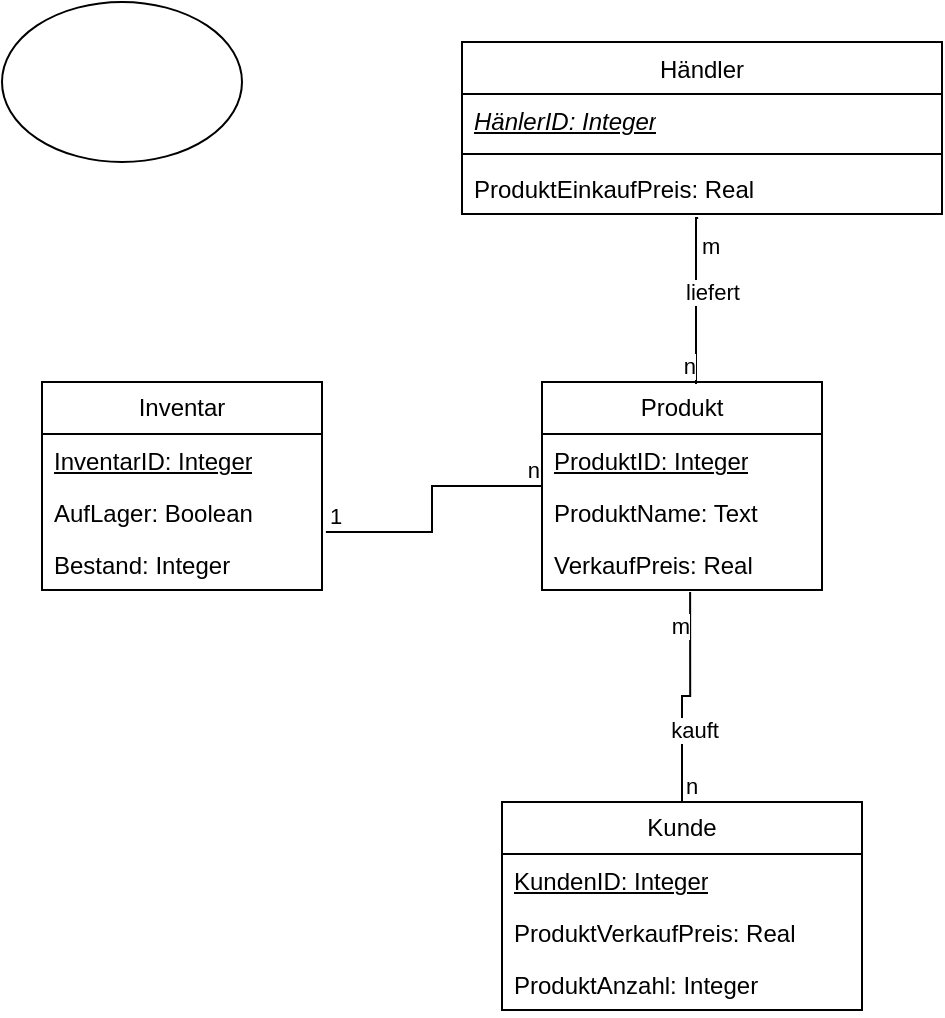
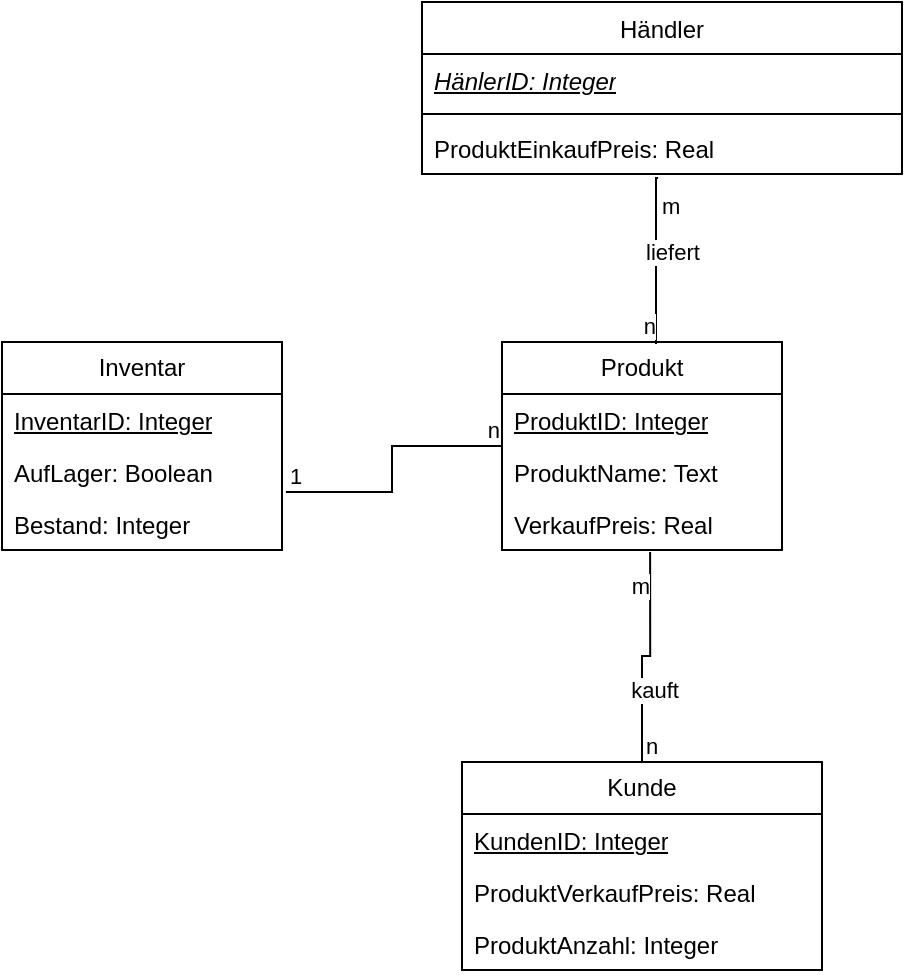
<mxfile host="Electron" agent="Mozilla/5.0 (Windows NT 10.0; Win64; x64) AppleWebKit/537.36 (KHTML, like Gecko) draw.io/23.1.5 Chrome/120.0.6099.109 Electron/28.1.0 Safari/537.36">
  <diagram name="Seite-1" id="zRFhC1JhQhvgA2iYbmPQ">
-     <mxGraphModel dx="678" dy="593" grid="1" gridSize="10" guides="1" tooltips="1" connect="1" arrows="1" fold="1" page="1" pageScale="1" pageWidth="827" pageHeight="1169" math="0" shadow="0">
+     <mxGraphModel dx="678" dy="572" grid="1" gridSize="10" guides="1" tooltips="1" connect="1" arrows="1" fold="1" page="1" pageScale="1" pageWidth="827" pageHeight="1169" math="0" shadow="0">
      <root>
        <mxCell id="0" />
        <mxCell id="1" parent="0" />
        <mxCell id="Is3GVWOtyZzmBliWF83r-1" parent="1" style="swimlane;fontStyle=0;childLayout=stackLayout;horizontal=1;startSize=26;fillColor=none;horizontalStack=0;resizeParent=1;resizeParentMax=0;resizeLast=0;collapsible=1;marginBottom=0;whiteSpace=wrap;html=1;" value="Inventar" vertex="1">
          <mxGeometry height="104" width="140" x="260" y="340" as="geometry" />
        </mxCell>
        <mxCell id="Is3GVWOtyZzmBliWF83r-46" parent="Is3GVWOtyZzmBliWF83r-1" style="text;strokeColor=none;fillColor=none;align=left;verticalAlign=top;spacingLeft=4;spacingRight=4;overflow=hidden;rotatable=0;points=[[0,0.5],[1,0.5]];portConstraint=eastwest;whiteSpace=wrap;html=1;fontStyle=4" value="InventarID: Integer" vertex="1">
          <mxGeometry height="26" width="140" y="26" as="geometry" />
        </mxCell>
        <mxCell id="Is3GVWOtyZzmBliWF83r-2" parent="Is3GVWOtyZzmBliWF83r-1" style="text;strokeColor=none;fillColor=none;align=left;verticalAlign=top;spacingLeft=4;spacingRight=4;overflow=hidden;rotatable=0;points=[[0,0.5],[1,0.5]];portConstraint=eastwest;whiteSpace=wrap;html=1;" value="AufLager: Boolean" vertex="1">
          <mxGeometry height="26" width="140" y="52" as="geometry" />
        </mxCell>
        <mxCell id="Is3GVWOtyZzmBliWF83r-3" parent="Is3GVWOtyZzmBliWF83r-1" style="text;strokeColor=none;fillColor=none;align=left;verticalAlign=top;spacingLeft=4;spacingRight=4;overflow=hidden;rotatable=0;points=[[0,0.5],[1,0.5]];portConstraint=eastwest;whiteSpace=wrap;html=1;" value="Bestand: Integer" vertex="1">
          <mxGeometry height="26" width="140" y="78" as="geometry" />
        </mxCell>
        <mxCell id="Is3GVWOtyZzmBliWF83r-5" parent="1" style="swimlane;fontStyle=0;childLayout=stackLayout;horizontal=1;startSize=26;fillColor=none;horizontalStack=0;resizeParent=1;resizeParentMax=0;resizeLast=0;collapsible=1;marginBottom=0;whiteSpace=wrap;html=1;" value="Produkt" vertex="1">
          <mxGeometry height="104" width="140" x="510" y="340" as="geometry" />
        </mxCell>
        <mxCell id="Is3GVWOtyZzmBliWF83r-6" parent="Is3GVWOtyZzmBliWF83r-5" style="text;strokeColor=none;fillColor=none;align=left;verticalAlign=top;spacingLeft=4;spacingRight=4;overflow=hidden;rotatable=0;points=[[0,0.5],[1,0.5]];portConstraint=eastwest;whiteSpace=wrap;html=1;" value="&lt;u&gt;ProduktID: Integer&lt;/u&gt;" vertex="1">
          <mxGeometry height="26" width="140" y="26" as="geometry" />
        </mxCell>
        <mxCell id="Is3GVWOtyZzmBliWF83r-7" parent="Is3GVWOtyZzmBliWF83r-5" style="text;strokeColor=none;fillColor=none;align=left;verticalAlign=top;spacingLeft=4;spacingRight=4;overflow=hidden;rotatable=0;points=[[0,0.5],[1,0.5]];portConstraint=eastwest;whiteSpace=wrap;html=1;" value="ProduktName: Text" vertex="1">
          <mxGeometry height="26" width="140" y="52" as="geometry" />
        </mxCell>
        <mxCell id="Is3GVWOtyZzmBliWF83r-17" parent="Is3GVWOtyZzmBliWF83r-5" style="text;strokeColor=none;fillColor=none;align=left;verticalAlign=top;spacingLeft=4;spacingRight=4;overflow=hidden;rotatable=0;points=[[0,0.5],[1,0.5]];portConstraint=eastwest;whiteSpace=wrap;html=1;" value="VerkaufPreis: Real" vertex="1">
          <mxGeometry height="26" width="140" y="78" as="geometry" />
        </mxCell>
        <mxCell id="Is3GVWOtyZzmBliWF83r-9" parent="1" style="swimlane;fontStyle=1;align=center;verticalAlign=top;childLayout=stackLayout;horizontal=1;startSize=26;horizontalStack=0;resizeParent=1;resizeParentMax=0;resizeLast=0;collapsible=1;marginBottom=0;whiteSpace=wrap;html=1;" value="&lt;span style=&quot;font-weight: normal;&quot;&gt;Händler&lt;/span&gt;" vertex="1">
          <mxGeometry height="86" width="240" x="470" y="170" as="geometry" />
        </mxCell>
        <mxCell id="Is3GVWOtyZzmBliWF83r-10" parent="Is3GVWOtyZzmBliWF83r-9" style="text;strokeColor=none;fillColor=none;align=left;verticalAlign=top;spacingLeft=4;spacingRight=4;overflow=hidden;rotatable=0;points=[[0,0.5],[1,0.5]];portConstraint=eastwest;whiteSpace=wrap;html=1;" value="&lt;u&gt;&lt;i&gt;HänlerID: Integer&lt;/i&gt;&lt;/u&gt;" vertex="1">
          <mxGeometry height="26" width="240" y="26" as="geometry" />
        </mxCell>
        <mxCell id="Is3GVWOtyZzmBliWF83r-11" parent="Is3GVWOtyZzmBliWF83r-9" style="line;strokeWidth=1;fillColor=none;align=left;verticalAlign=middle;spacingTop=-1;spacingLeft=3;spacingRight=3;rotatable=0;labelPosition=right;points=[];portConstraint=eastwest;strokeColor=inherit;" value="" vertex="1">
          <mxGeometry height="8" width="240" y="52" as="geometry" />
        </mxCell>
        <mxCell id="Is3GVWOtyZzmBliWF83r-12" parent="Is3GVWOtyZzmBliWF83r-9" style="text;strokeColor=none;fillColor=none;align=left;verticalAlign=top;spacingLeft=4;spacingRight=4;overflow=hidden;rotatable=0;points=[[0,0.5],[1,0.5]];portConstraint=eastwest;whiteSpace=wrap;html=1;" value="ProduktEinkaufPreis: Real" vertex="1">
          <mxGeometry height="26" width="240" y="60" as="geometry" />
        </mxCell>
        <mxCell id="Is3GVWOtyZzmBliWF83r-13" parent="1" style="swimlane;fontStyle=0;childLayout=stackLayout;horizontal=1;startSize=26;fillColor=none;horizontalStack=0;resizeParent=1;resizeParentMax=0;resizeLast=0;collapsible=1;marginBottom=0;whiteSpace=wrap;html=1;" value="Kunde" vertex="1">
          <mxGeometry height="104" width="180" x="490" y="550" as="geometry" />
        </mxCell>
        <mxCell id="Is3GVWOtyZzmBliWF83r-19" parent="Is3GVWOtyZzmBliWF83r-13" style="text;strokeColor=none;fillColor=none;align=left;verticalAlign=top;spacingLeft=4;spacingRight=4;overflow=hidden;rotatable=0;points=[[0,0.5],[1,0.5]];portConstraint=eastwest;whiteSpace=wrap;html=1;" value="&lt;u&gt;KundenID: Integer&lt;/u&gt;" vertex="1">
          <mxGeometry height="26" width="180" y="26" as="geometry" />
        </mxCell>
        <mxCell id="Is3GVWOtyZzmBliWF83r-15" parent="Is3GVWOtyZzmBliWF83r-13" style="text;strokeColor=none;fillColor=none;align=left;verticalAlign=top;spacingLeft=4;spacingRight=4;overflow=hidden;rotatable=0;points=[[0,0.5],[1,0.5]];portConstraint=eastwest;whiteSpace=wrap;html=1;" value="ProduktVerkaufPreis: Real" vertex="1">
          <mxGeometry height="26" width="180" y="52" as="geometry" />
        </mxCell>
        <mxCell id="Is3GVWOtyZzmBliWF83r-16" parent="Is3GVWOtyZzmBliWF83r-13" style="text;strokeColor=none;fillColor=none;align=left;verticalAlign=top;spacingLeft=4;spacingRight=4;overflow=hidden;rotatable=0;points=[[0,0.5],[1,0.5]];portConstraint=eastwest;whiteSpace=wrap;html=1;" value="ProduktAnzahl: Integer" vertex="1">
          <mxGeometry height="26" width="180" y="78" as="geometry" />
        </mxCell>
        <mxCell id="Is3GVWOtyZzmBliWF83r-27" edge="1" parent="1" source="Is3GVWOtyZzmBliWF83r-13" style="endArrow=none;html=1;edgeStyle=orthogonalEdgeStyle;rounded=0;entryX=0.529;entryY=1.038;entryDx=0;entryDy=0;entryPerimeter=0;exitX=0.5;exitY=0;exitDx=0;exitDy=0;" target="Is3GVWOtyZzmBliWF83r-17" value="">
          <mxGeometry relative="1" as="geometry">
            <mxPoint x="500" y="500" as="sourcePoint" />
            <mxPoint x="660" y="500" as="targetPoint" />
          </mxGeometry>
        </mxCell>
        <mxCell id="Is3GVWOtyZzmBliWF83r-28" connectable="0" parent="Is3GVWOtyZzmBliWF83r-27" style="edgeLabel;resizable=0;html=1;align=left;verticalAlign=bottom;" value="n" vertex="1">
          <mxGeometry relative="1" x="-1" as="geometry" />
        </mxCell>
        <mxCell id="Is3GVWOtyZzmBliWF83r-29" connectable="0" parent="Is3GVWOtyZzmBliWF83r-27" style="edgeLabel;resizable=0;html=1;align=right;verticalAlign=bottom;" value="m" vertex="1">
          <mxGeometry relative="1" x="1" as="geometry">
            <mxPoint y="25" as="offset" />
          </mxGeometry>
        </mxCell>
        <mxCell id="Is3GVWOtyZzmBliWF83r-30" connectable="0" parent="Is3GVWOtyZzmBliWF83r-27" style="edgeLabel;html=1;align=center;verticalAlign=middle;resizable=0;points=[];" value="kauft" vertex="1">
          <mxGeometry relative="1" x="-0.3267" y="-6" as="geometry">
            <mxPoint as="offset" />
          </mxGeometry>
        </mxCell>
        <mxCell id="Is3GVWOtyZzmBliWF83r-33" edge="1" parent="1" source="Is3GVWOtyZzmBliWF83r-12" style="endArrow=none;html=1;edgeStyle=orthogonalEdgeStyle;rounded=0;entryX=0.55;entryY=0.01;entryDx=0;entryDy=0;entryPerimeter=0;exitX=0.492;exitY=1.077;exitDx=0;exitDy=0;exitPerimeter=0;" target="Is3GVWOtyZzmBliWF83r-5" value="">
          <mxGeometry relative="1" as="geometry">
            <Array as="points">
              <mxPoint x="587" y="258" />
            </Array>
            <mxPoint x="330" y="430" as="sourcePoint" />
            <mxPoint x="490" y="430" as="targetPoint" />
          </mxGeometry>
        </mxCell>
        <mxCell id="Is3GVWOtyZzmBliWF83r-34" connectable="0" parent="Is3GVWOtyZzmBliWF83r-33" style="edgeLabel;resizable=0;html=1;align=left;verticalAlign=bottom;" value="m" vertex="1">
          <mxGeometry relative="1" x="-1" as="geometry">
            <mxPoint y="22" as="offset" />
          </mxGeometry>
        </mxCell>
        <mxCell id="Is3GVWOtyZzmBliWF83r-35" connectable="0" parent="Is3GVWOtyZzmBliWF83r-33" style="edgeLabel;resizable=0;html=1;align=right;verticalAlign=bottom;" value="n" vertex="1">
          <mxGeometry relative="1" x="1" as="geometry" />
        </mxCell>
        <mxCell id="Is3GVWOtyZzmBliWF83r-36" connectable="0" parent="Is3GVWOtyZzmBliWF83r-33" style="edgeLabel;html=1;align=center;verticalAlign=middle;resizable=0;points=[];" value="liefert" vertex="1">
          <mxGeometry relative="1" x="-0.0946" y="8" as="geometry">
            <mxPoint as="offset" />
          </mxGeometry>
        </mxCell>
        <mxCell id="Is3GVWOtyZzmBliWF83r-38" edge="1" parent="1" source="Is3GVWOtyZzmBliWF83r-3" style="endArrow=none;html=1;edgeStyle=orthogonalEdgeStyle;rounded=0;entryX=0;entryY=0.5;entryDx=0;entryDy=0;exitX=1.014;exitY=-0.115;exitDx=0;exitDy=0;exitPerimeter=0;" target="Is3GVWOtyZzmBliWF83r-5" value="">
          <mxGeometry relative="1" as="geometry">
            <mxPoint x="330" y="430" as="sourcePoint" />
            <mxPoint x="490" y="430" as="targetPoint" />
          </mxGeometry>
        </mxCell>
        <mxCell id="Is3GVWOtyZzmBliWF83r-39" connectable="0" parent="Is3GVWOtyZzmBliWF83r-38" style="edgeLabel;resizable=0;html=1;align=left;verticalAlign=bottom;" value="1" vertex="1">
          <mxGeometry relative="1" x="-1" as="geometry" />
        </mxCell>
        <mxCell id="Is3GVWOtyZzmBliWF83r-40" connectable="0" parent="Is3GVWOtyZzmBliWF83r-38" style="edgeLabel;resizable=0;html=1;align=right;verticalAlign=bottom;" value="n" vertex="1">
          <mxGeometry relative="1" x="1" as="geometry" />
        </mxCell>
-         <mxCell id="zv4VFT4T_FjrRB5Yi938-1" parent="1" style="ellipse;whiteSpace=wrap;html=1;" value="" vertex="1">
-           <mxGeometry height="80" width="120" x="240" y="150" as="geometry" />
-         </mxCell>
      </root>
    </mxGraphModel>
  </diagram>
</mxfile>
